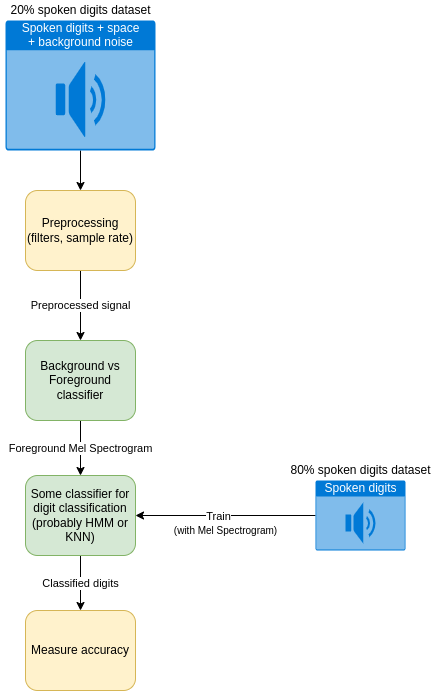
This is docs/diagram.png from AndreasPatakis/asr-digit-classification, a draw.io export, as it was before one commit. Source tidied: cells renumbered, new cells last; positions are measured from the earlier drawing's top-left corner, leaving out a move shared by most shapes.
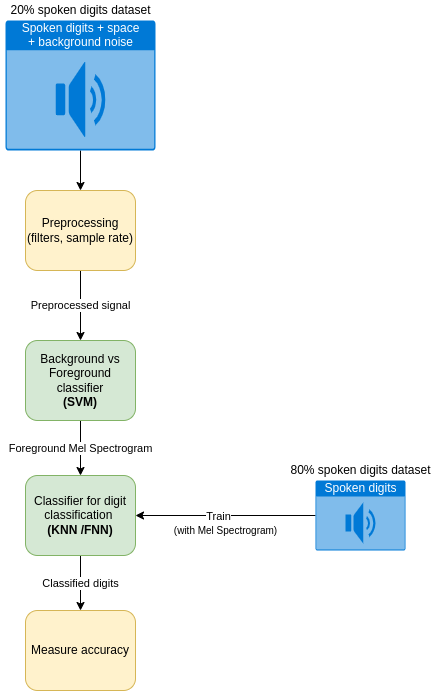
After the change.

The edit, as a diff of the source:
```diff
@@ -11,7 +11,7 @@
     <mxCell id="4" value="&lt;font color=&quot;#000000&quot; style=&quot;background-color: rgb(255 , 255 , 255)&quot;&gt;Foreground Mel Spectrogram&lt;/font&gt;" style="edgeStyle=orthogonalEdgeStyle;rounded=0;jettySize=auto;html=1;strokeColor=#000000;" parent="1" edge="1" source="5" target="8">
       <mxGeometry relative="1" as="geometry" />
     </mxCell>
-    <mxCell id="5" value="&lt;font color=&quot;#000000&quot;&gt;Background vs Foreground classifier&lt;/font&gt;" style="rounded=1;whiteSpace=wrap;html=1;fillColor=#d5e8d4;strokeColor=#82b366;" parent="1" vertex="1">
+    <mxCell id="5" value="&lt;font color=&quot;#000000&quot;&gt;Background vs Foreground classifier&lt;br&gt;&lt;b&gt;(SVM)&lt;/b&gt;&lt;br&gt;&lt;/font&gt;" style="rounded=1;whiteSpace=wrap;html=1;fillColor=#d5e8d4;strokeColor=#82b366;" parent="1" vertex="1">
       <mxGeometry x="25" y="340" width="110" height="80" as="geometry" />
     </mxCell>
     <mxCell id="6" value="&lt;font color=&quot;#000000&quot;&gt;20% spoken digits dataset&lt;/font&gt;" style="text;html=1;align=center;verticalAlign=middle;strokeColor=none;fillColor=none;" parent="1" vertex="1">
@@ -25,7 +25,7 @@
         </Array>
       </mxGeometry>
     </mxCell>
-    <mxCell id="8" value="&lt;font color=&quot;#000000&quot;&gt;Some classifier for digit classification (probably HMM or KNN)&lt;/font&gt;" style="rounded=1;whiteSpace=wrap;html=1;fillColor=#d5e8d4;strokeColor=#82b366;" parent="1" vertex="1">
+    <mxCell id="8" value="&lt;font color=&quot;#000000&quot;&gt;Classifier for digit classification &lt;br&gt;&lt;b&gt;(KNN /FNN)&lt;/b&gt;&lt;/font&gt;" style="rounded=1;whiteSpace=wrap;html=1;fillColor=#d5e8d4;strokeColor=#82b366;" parent="1" vertex="1">
       <mxGeometry x="25" y="475" width="110" height="80" as="geometry" />
     </mxCell>
     <mxCell id="9" style="edgeStyle=orthogonalEdgeStyle;rounded=0;jettySize=auto;html=1;entryX=1;entryY=0.5;entryDx=0;entryDy=0;strokeColor=#000000;" parent="1" edge="1" source="11" target="8">
```
